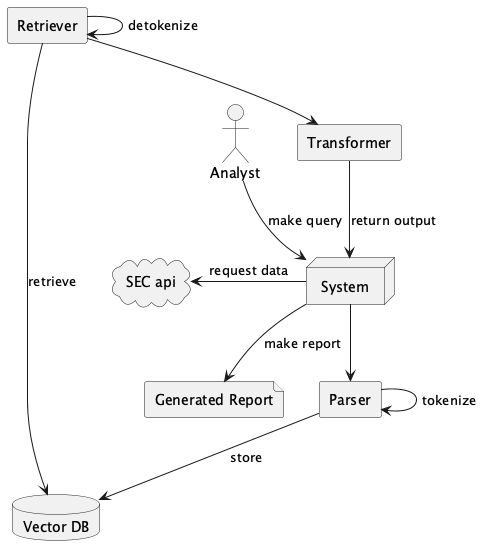
The PlantUML diagram img/uml-deployment.png in anthony-boileau/Team-28-Polyfinance-datathon-2024, before a commit.
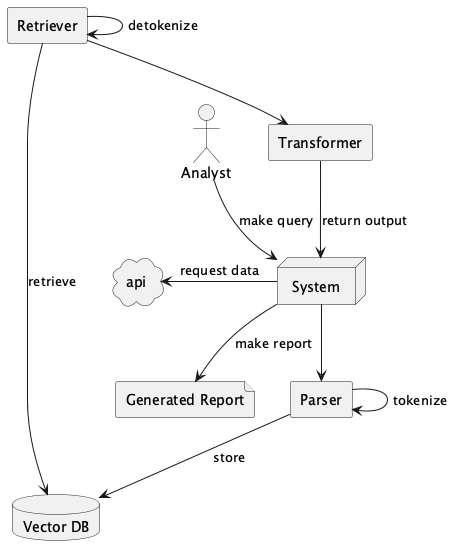
Later version of the same file.

The edit, as a diff of the source:
```diff
@@ -12,11 +12,11 @@
 
 database "Vector DB" as vdb
 
-cloud "SEC api" as sec
+cloud "api" as api
 
 file "Generated Report" as gr
 
-sec <- System: request data
+api <- System: request data
 System --> Parser
 Parser -> Parser: tokenize
 Parser --> vdb: store
```
